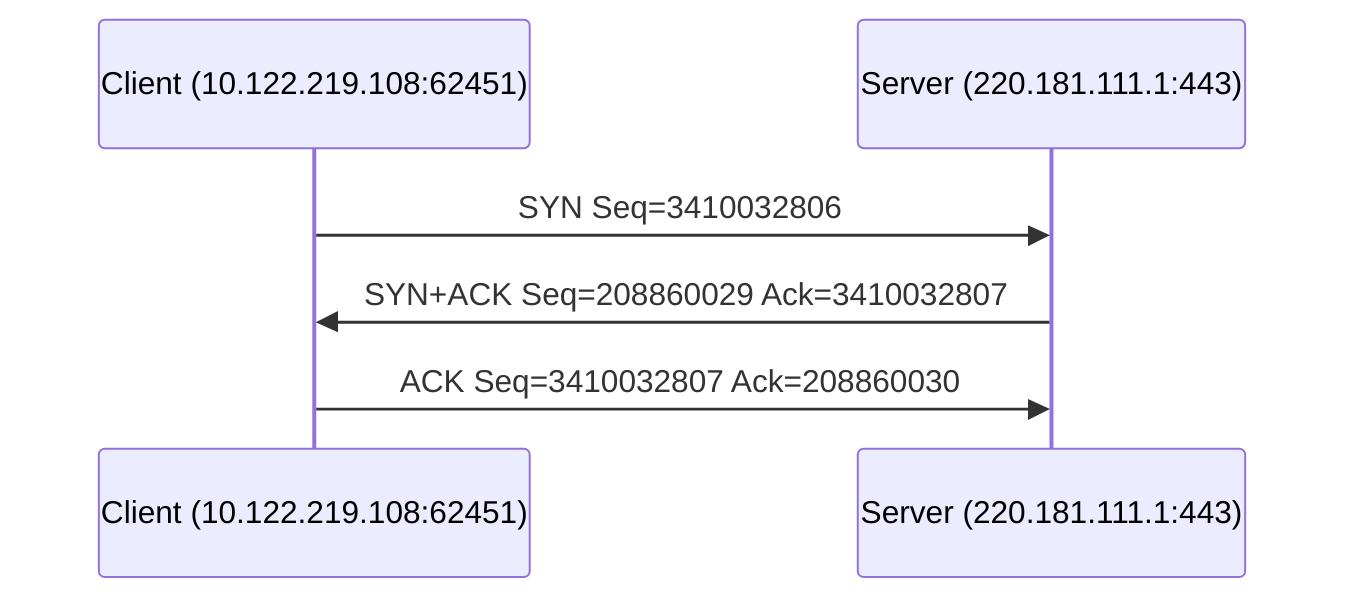
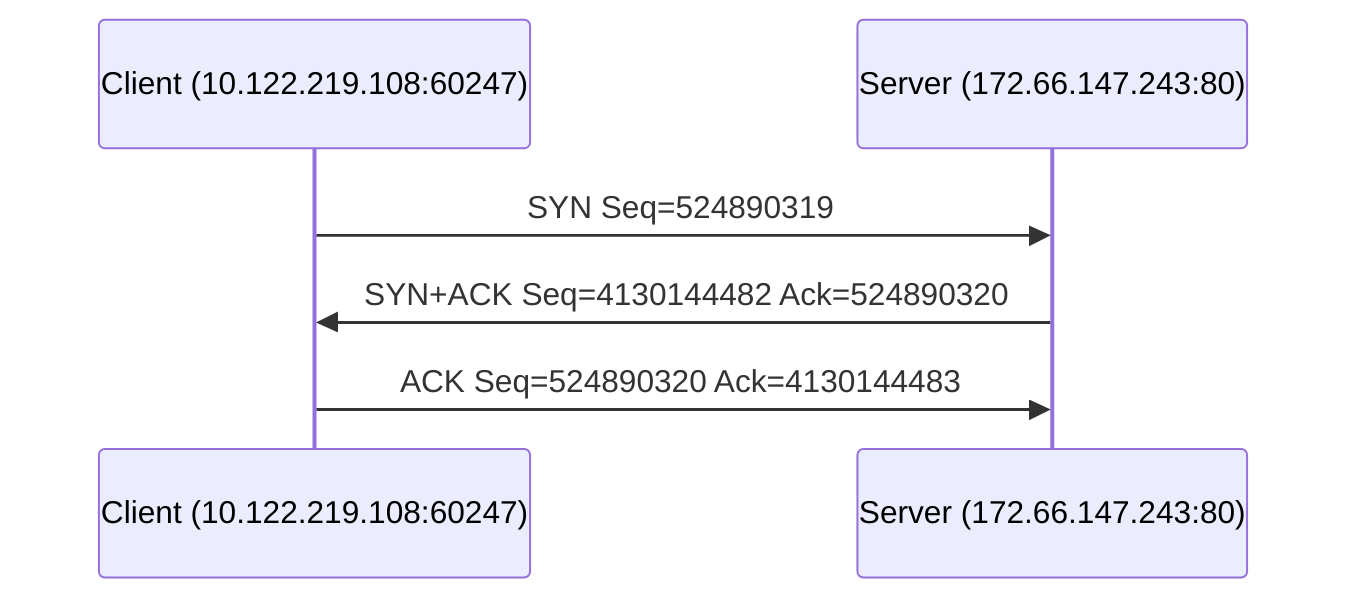
sequenceDiagram
-     participant C as Client (10.122.219.108:62451)
-     participant S as Server (220.181.111.1:443)
-     C->>S: SYN Seq=3410032806
-     S->>C: SYN+ACK Seq=208860029 Ack=3410032807
-     C->>S: ACK Seq=3410032807 Ack=208860030
+     participant C as Client (10.122.219.108:60247)
+     participant S as Server (172.66.147.243:80)
+     C->>S: SYN Seq=524890319
+     S->>C: SYN+ACK Seq=4130144482 Ack=524890320
+     C->>S: ACK Seq=524890320 Ack=4130144483
